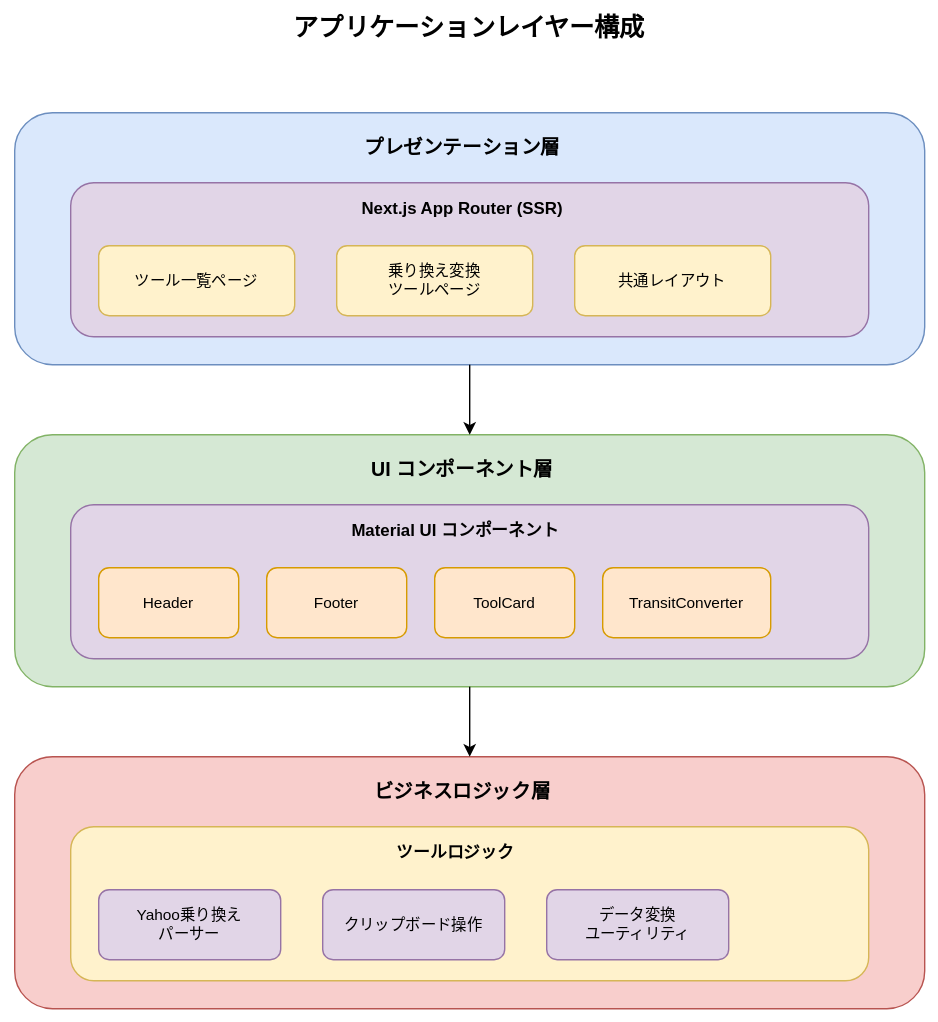
nagiyu/nagiyu-platform keeps this draw.io diagram as docs/images/services/tools/application-layers.drawio.svg. Above is the earlier version. Source tidied: cells renumbered, new cells last; positions are measured from the earlier drawing's top-left corner, leaving out a move shared by most shapes.
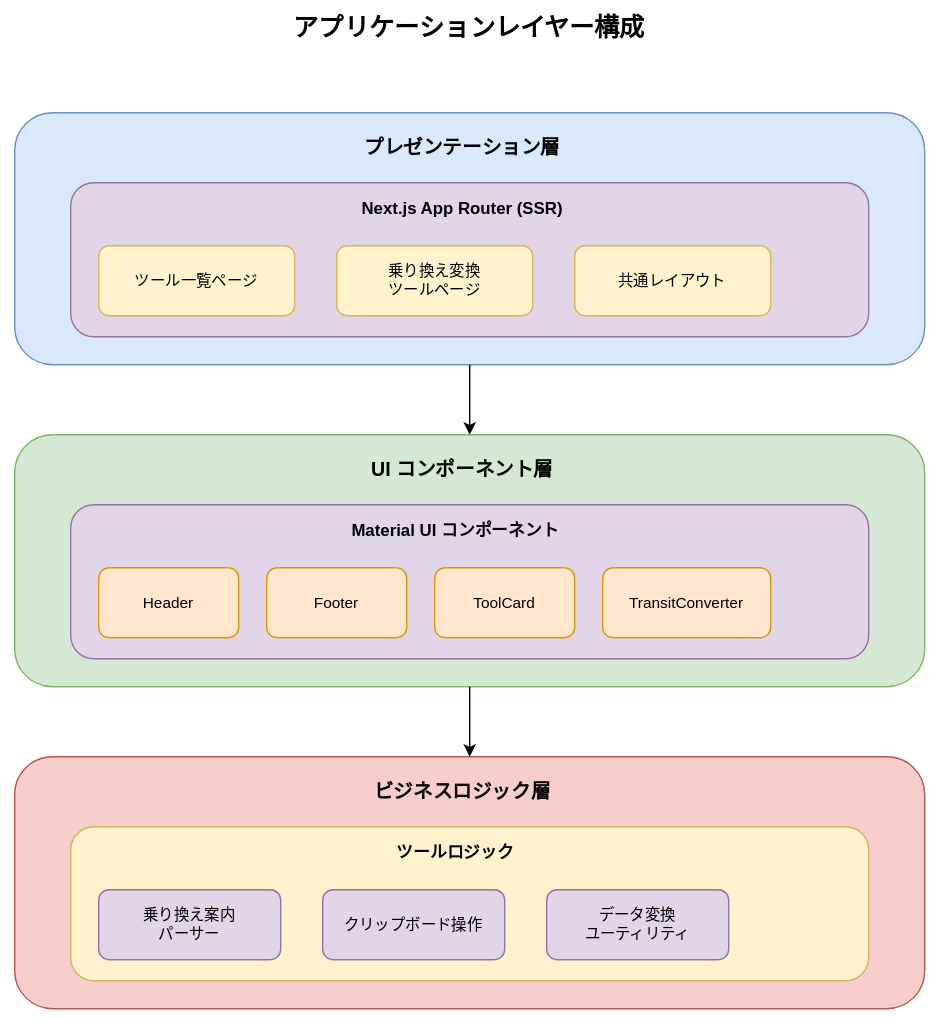
After the commit.

Change to the diagram source:
```diff
@@ -62,7 +62,7 @@
     <mxCell id="21" value="ツールロジック" style="text;html=1;strokeColor=none;fillColor=none;align=center;verticalAlign=top;whiteSpace=wrap;rounded=0;fontSize=12;fontStyle=1;" parent="1" vertex="1">
       <mxGeometry x="255" y="595" width="140" height="25" as="geometry" />
     </mxCell>
-    <mxCell id="22" value="Yahoo乗り換え&lt;br&gt;パーサー" style="rounded=1;whiteSpace=wrap;html=1;fillColor=#e1d5e7;strokeColor=#9673a6;fontSize=11;" parent="1" vertex="1">
+    <mxCell id="22" value="乗り換え案内&lt;br&gt;パーサー" style="rounded=1;whiteSpace=wrap;html=1;fillColor=#e1d5e7;strokeColor=#9673a6;fontSize=11;" parent="1" vertex="1">
       <mxGeometry x="70" y="635" width="130" height="50" as="geometry" />
     </mxCell>
     <mxCell id="23" value="クリップボード操作" style="rounded=1;whiteSpace=wrap;html=1;fillColor=#e1d5e7;strokeColor=#9673a6;fontSize=11;" parent="1" vertex="1">
```
